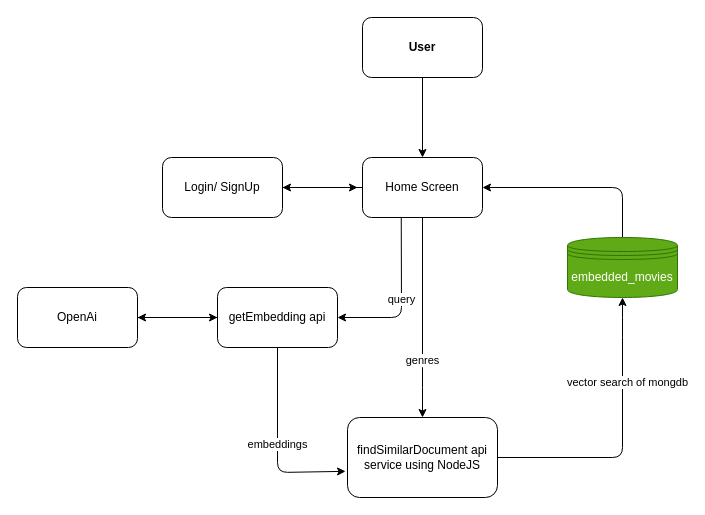
Earlier version of the draw.io diagram design_and_requirements/semanticSearch.drawio (Movie-Flex/movie-search). Source tidied: cells renumbered, new cells numbered last; positions are measured from the earlier drawing's top-left corner, leaving out a move shared by most shapes. Both pictures are drawn from the tidied source at 100%, with x=0, y=0 at pixel (17, 17).
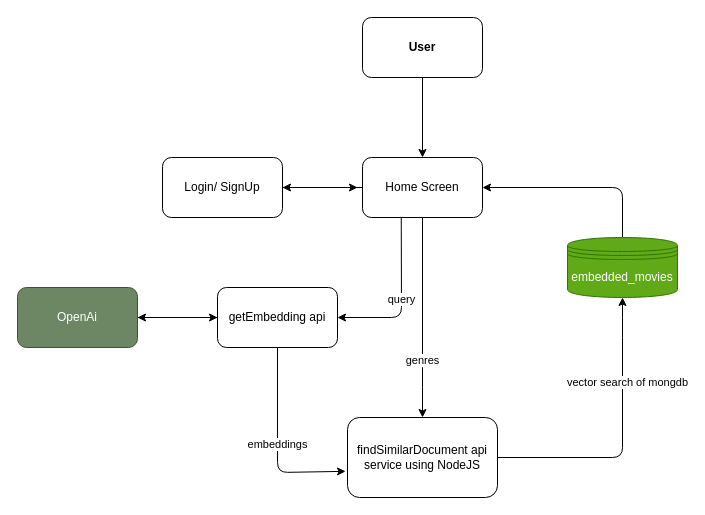
After the change.

Commit message (it also covers changes not shown here):
added uml images and pdf file

What changed in the source:
```diff
@@
-    <mxCell id="18" value="OpenAi" style="whiteSpace=wrap;html=1;rounded=1;" parent="1" vertex="1">
+    <mxCell id="18" value="OpenAi" style="whiteSpace=wrap;html=1;rounded=1;fillColor=#6d8764;fontColor=#ffffff;strokeColor=#3A5431;" parent="1" vertex="1">
       <mxGeometry y="270" width="120" height="60" as="geometry" />
     </mxCell>
```
